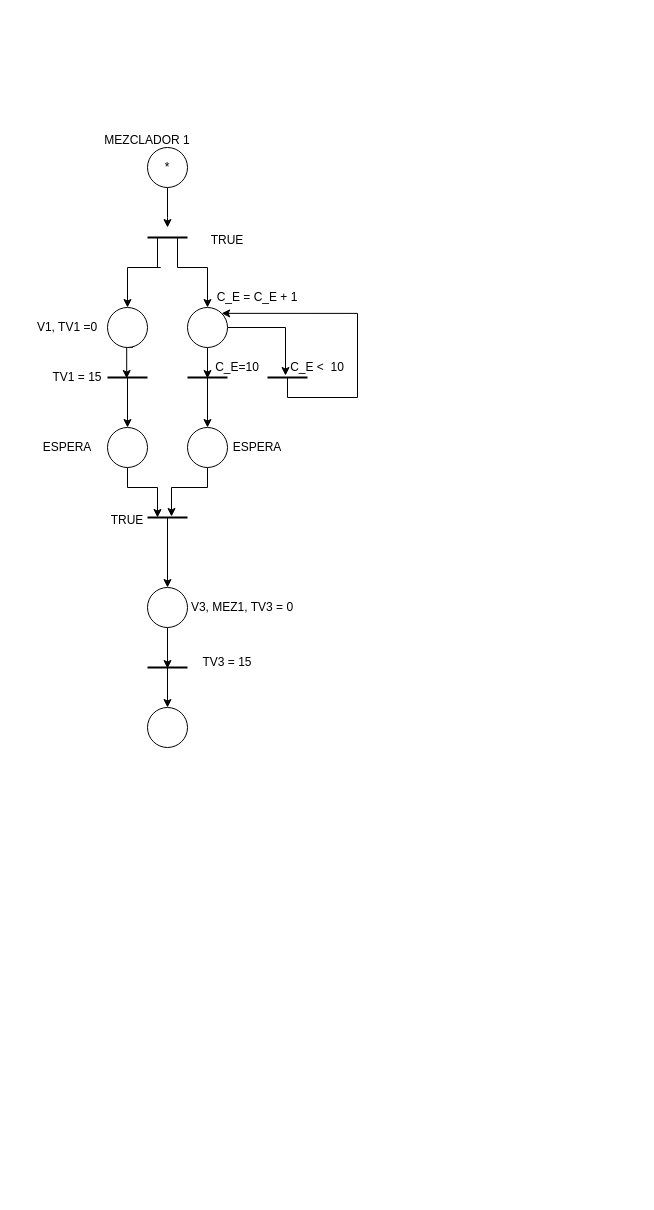
Above: Practica02/P02_ROBO.drawio in jpramez/Robotica2020 (draw.io), before the change. Source tidied: cells renumbered, new cells numbered last; positions are measured from the earlier drawing's top-left corner, leaving out a move shared by most shapes. Both pictures are drawn from the tidied source at 100%, with x=0, y=0 at pixel (17, 137).
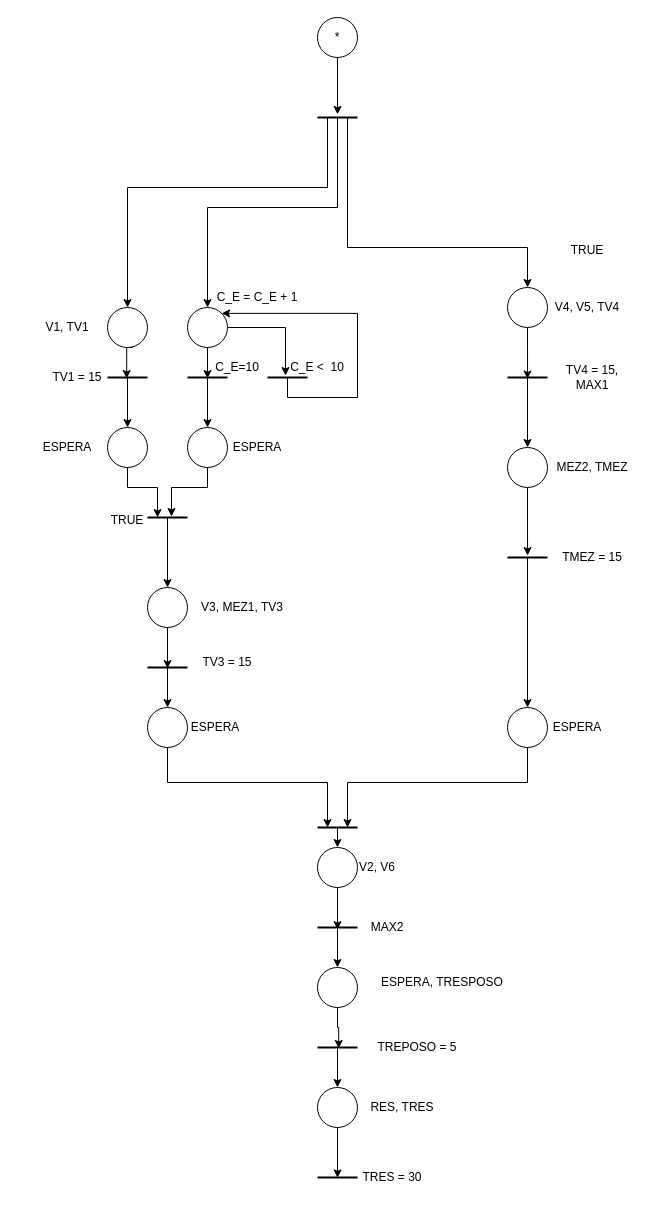
The same diagram, later.

The change refers to these unchanged cells:
```xml
<mxCell id="6" style="ellipse;whiteSpace=wrap;html=1;" parent="1" vertex="1">
  <mxGeometry x="90" y="170" width="40" height="40" as="geometry" />
</mxCell>
<mxCell id="13" style="ellipse;whiteSpace=wrap;html=1;" parent="1" vertex="1">
  <mxGeometry x="170" y="170" width="40" height="40" as="geometry" />
</mxCell>
<mxCell id="38" style="line;strokeWidth=2;html=1;" parent="1" vertex="1">
  <mxGeometry x="130" y="520" width="40" height="20" as="geometry" />
</mxCell>
```

Diff of the diagram source:
```diff
@@
-    <mxCell id="2" style="edgeStyle=orthogonalEdgeStyle;rounded=0;jettySize=auto;html=1;exitX=0.5;exitY=1;exitDx=0;exitDy=0;" parent="1" edge="1" source="3" target="9">
-      <mxGeometry relative="1" as="geometry">
-        <Array as="points">
-          <mxPoint x="150" y="80" />
-          <mxPoint x="150" y="80" />
-        </Array>
-      </mxGeometry>
-    </mxCell>
-    <mxCell id="3" value="*" style="ellipse;whiteSpace=wrap;html=1;" parent="1" vertex="1">
-      <mxGeometry x="130" y="10" width="40" height="40" as="geometry" />
-    </mxCell>
-    <mxCell id="4" value="&lt;div&gt;MEZCLADOR 1&lt;/div&gt;&lt;div&gt;&lt;br&gt;&lt;/div&gt;" style="text;html=1;strokeColor=none;fillColor=none;align=center;verticalAlign=middle;whiteSpace=wrap;rounded=0;" parent="1" vertex="1">
-      <mxGeometry x="70" width="120" height="20" as="geometry" />
-    </mxCell>
@@
-    <mxCell id="7" style="edgeStyle=orthogonalEdgeStyle;rounded=0;jettySize=auto;html=1;exitX=0.25;exitY=0.5;exitDx=0;exitDy=0;exitPerimeter=0;entryX=0.5;entryY=0;entryDx=0;entryDy=0;" parent="1" edge="1" source="9" target="6">
-      <mxGeometry relative="1" as="geometry">
-        <Array as="points">
-          <mxPoint x="143" y="130" />
-          <mxPoint x="115" y="130" />
-        </Array>
-      </mxGeometry>
-    </mxCell>
-    <mxCell id="8" style="edgeStyle=orthogonalEdgeStyle;rounded=0;jettySize=auto;html=1;exitX=0.75;exitY=0.5;exitDx=0;exitDy=0;exitPerimeter=0;entryX=0.5;entryY=0;entryDx=0;entryDy=0;" parent="1" edge="1" source="9" target="13">
-      <mxGeometry relative="1" as="geometry">
-        <Array as="points">
-          <mxPoint x="160" y="130" />
-          <mxPoint x="190" y="130" />
-        </Array>
-      </mxGeometry>
-    </mxCell>
-    <mxCell id="9" style="line;strokeWidth=2;html=1;" parent="1" vertex="1">
-      <mxGeometry x="130" y="90" width="40" height="20" as="geometry" />
-    </mxCell>
-    <mxCell id="10" value="&lt;div&gt;TRUE&lt;/div&gt;&lt;div&gt;&lt;br&gt;&lt;/div&gt;" style="text;html=1;strokeColor=none;fillColor=none;align=center;verticalAlign=middle;whiteSpace=wrap;rounded=0;" parent="1" vertex="1">
-      <mxGeometry x="190" y="100" width="40" height="20" as="geometry" />
-    </mxCell>
@@
-    <mxCell id="14" value="&lt;div&gt;V1, TV1 =0&lt;/div&gt;" style="text;html=1;strokeColor=none;fillColor=none;align=center;verticalAlign=middle;whiteSpace=wrap;rounded=0;" parent="1" vertex="1">
+    <mxCell id="14" value="&lt;div&gt;V1, TV1&lt;br&gt;&lt;/div&gt;" style="text;html=1;strokeColor=none;fillColor=none;align=center;verticalAlign=middle;whiteSpace=wrap;rounded=0;" parent="1" vertex="1">
       <mxGeometry y="160" width="100" height="60" as="geometry" />
     </mxCell>
@@
-    <mxCell id="35" value="&lt;div&gt;V3, MEZ1, TV3 = 0&lt;/div&gt;" style="text;html=1;strokeColor=none;fillColor=none;align=center;verticalAlign=middle;whiteSpace=wrap;rounded=0;" parent="1" vertex="1">
+    <mxCell id="35" value="&lt;div&gt;V3, MEZ1, TV3&lt;br&gt;&lt;/div&gt;" style="text;html=1;strokeColor=none;fillColor=none;align=center;verticalAlign=middle;whiteSpace=wrap;rounded=0;" parent="1" vertex="1">
       <mxGeometry x="170" y="450" width="110" height="40" as="geometry" />
     </mxCell>
@@
-    <mxCell id="37" style="edgeStyle=orthogonalEdgeStyle;rounded=0;jettySize=auto;html=1;exitX=0.75;exitY=0.5;exitDx=0;exitDy=0;exitPerimeter=0;entryX=0.5;entryY=0;entryDx=0;entryDy=0;" parent="1" edge="1" source="38" target="40">
-      <mxGeometry relative="1" as="geometry">
-        <Array as="points">
-          <mxPoint x="150" y="530" />
-        </Array>
-      </mxGeometry>
-    </mxCell>
+    <mxCell id="41" style="edgeStyle=orthogonalEdgeStyle;rounded=0;jettySize=auto;html=1;exitX=0.75;exitY=0.5;exitDx=0;exitDy=0;exitPerimeter=0;entryX=0.5;entryY=0;entryDx=0;entryDy=0;" parent="1" edge="1" source="38" target="61">
+      <mxGeometry relative="1" as="geometry">
+        <Array as="points">
+          <mxPoint x="150" y="530" />
+        </Array>
+      </mxGeometry>
+    </mxCell>
@@
+    <mxCell id="42" style="edgeStyle=orthogonalEdgeStyle;rounded=0;jettySize=auto;html=1;exitX=0.5;exitY=1;exitDx=0;exitDy=0;entryX=0.501;entryY=0.606;entryDx=0;entryDy=0;entryPerimeter=0;" parent="1" edge="1" source="40" target="70">
+      <mxGeometry relative="1" as="geometry" />
+    </mxCell>
     <mxCell id="40" style="ellipse;whiteSpace=wrap;html=1;" parent="1" vertex="1">
-      <mxGeometry x="130" y="570" width="40" height="40" as="geometry" />
+      <mxGeometry x="300" y="710" width="40" height="40" as="geometry" />
     </mxCell>
+    <mxCell id="43" style="edgeStyle=orthogonalEdgeStyle;rounded=0;jettySize=auto;html=1;exitX=0.25;exitY=0.5;exitDx=0;exitDy=0;exitPerimeter=0;entryX=0.5;entryY=0;entryDx=0;entryDy=0;" parent="1" edge="1" source="46" target="48">
+      <mxGeometry relative="1" as="geometry">
+        <Array as="points">
+          <mxPoint x="330" y="-20" />
+          <mxPoint x="330" y="110" />
+          <mxPoint x="510" y="110" />
+        </Array>
+      </mxGeometry>
+    </mxCell>
+    <mxCell id="44" style="edgeStyle=orthogonalEdgeStyle;rounded=0;jettySize=auto;html=1;exitX=0.25;exitY=0.5;exitDx=0;exitDy=0;exitPerimeter=0;" parent="1" edge="1" source="46" target="13">
+      <mxGeometry relative="1" as="geometry">
+        <Array as="points">
+          <mxPoint x="320" y="-20" />
+          <mxPoint x="320" y="70" />
+          <mxPoint x="190" y="70" />
+        </Array>
+      </mxGeometry>
+    </mxCell>
+    <mxCell id="45" style="edgeStyle=orthogonalEdgeStyle;rounded=0;jettySize=auto;html=1;exitX=0.25;exitY=0.5;exitDx=0;exitDy=0;exitPerimeter=0;entryX=0.5;entryY=0;entryDx=0;entryDy=0;" parent="1" edge="1" source="46" target="6">
+      <mxGeometry relative="1" as="geometry">
+        <Array as="points">
+          <mxPoint x="310" y="50" />
+          <mxPoint x="110" y="50" />
+        </Array>
+      </mxGeometry>
+    </mxCell>
+    <mxCell id="46" style="line;strokeWidth=2;html=1;" parent="1" vertex="1">
+      <mxGeometry x="300" y="-30" width="40" height="20" as="geometry" />
+    </mxCell>
+    <mxCell id="10" value="&lt;div&gt;TRUE&lt;/div&gt;&lt;div&gt;&lt;br&gt;&lt;/div&gt;" style="text;html=1;strokeColor=none;fillColor=none;align=center;verticalAlign=middle;whiteSpace=wrap;rounded=0;" parent="1" vertex="1">
+      <mxGeometry x="550" y="110" width="40" height="20" as="geometry" />
+    </mxCell>
+    <mxCell id="47" style="edgeStyle=orthogonalEdgeStyle;rounded=0;jettySize=auto;html=1;exitX=0.5;exitY=1;exitDx=0;exitDy=0;entryX=0.501;entryY=0.576;entryDx=0;entryDy=0;entryPerimeter=0;" parent="1" edge="1" source="48" target="51">
+      <mxGeometry relative="1" as="geometry" />
+    </mxCell>
+    <mxCell id="48" style="ellipse;whiteSpace=wrap;html=1;" parent="1" vertex="1">
+      <mxGeometry x="490" y="150" width="40" height="40" as="geometry" />
+    </mxCell>
+    <mxCell id="49" value="V4, V5, TV4" style="text;html=1;strokeColor=none;fillColor=none;align=center;verticalAlign=middle;whiteSpace=wrap;rounded=0;" parent="1" vertex="1">
+      <mxGeometry x="525" y="160" width="90" height="20" as="geometry" />
+    </mxCell>
+    <mxCell id="50" style="edgeStyle=orthogonalEdgeStyle;rounded=0;jettySize=auto;html=1;exitX=0.25;exitY=0.5;exitDx=0;exitDy=0;exitPerimeter=0;" parent="1" edge="1" source="51" target="54">
+      <mxGeometry relative="1" as="geometry">
+        <Array as="points">
+          <mxPoint x="510" y="240" />
+        </Array>
+      </mxGeometry>
+    </mxCell>
+    <mxCell id="51" style="line;strokeWidth=2;html=1;" parent="1" vertex="1">
+      <mxGeometry x="490" y="230" width="40" height="20" as="geometry" />
+    </mxCell>
+    <mxCell id="52" value="&lt;div&gt;TV4 = 15, MAX1&lt;/div&gt;" style="text;html=1;strokeColor=none;fillColor=none;align=center;verticalAlign=middle;whiteSpace=wrap;rounded=0;" parent="1" vertex="1">
+      <mxGeometry x="530" y="230" width="90" height="20" as="geometry" />
+    </mxCell>
+    <mxCell id="53" style="edgeStyle=orthogonalEdgeStyle;rounded=0;jettySize=auto;html=1;exitX=0.5;exitY=1;exitDx=0;exitDy=0;entryX=0.501;entryY=0.4;entryDx=0;entryDy=0;entryPerimeter=0;" parent="1" edge="1" source="54" target="57">
+      <mxGeometry relative="1" as="geometry" />
+    </mxCell>
+    <mxCell id="54" style="ellipse;whiteSpace=wrap;html=1;" parent="1" vertex="1">
+      <mxGeometry x="490" y="310" width="40" height="40" as="geometry" />
+    </mxCell>
+    <mxCell id="55" value="MEZ2, TMEZ" style="text;html=1;strokeColor=none;fillColor=none;align=center;verticalAlign=middle;whiteSpace=wrap;rounded=0;" parent="1" vertex="1">
+      <mxGeometry x="530" y="320" width="90" height="20" as="geometry" />
+    </mxCell>
+    <mxCell id="56" style="edgeStyle=orthogonalEdgeStyle;rounded=0;jettySize=auto;html=1;exitX=0.75;exitY=0.5;exitDx=0;exitDy=0;exitPerimeter=0;entryX=0.5;entryY=0;entryDx=0;entryDy=0;" parent="1" edge="1" source="57" target="63">
+      <mxGeometry relative="1" as="geometry">
+        <Array as="points">
+          <mxPoint x="510" y="420" />
+        </Array>
+      </mxGeometry>
+    </mxCell>
+    <mxCell id="57" style="line;strokeWidth=2;html=1;" parent="1" vertex="1">
+      <mxGeometry x="490" y="410" width="40" height="20" as="geometry" />
+    </mxCell>
+    <mxCell id="58" value="TMEZ = 15" style="text;html=1;strokeColor=none;fillColor=none;align=center;verticalAlign=middle;whiteSpace=wrap;rounded=0;" parent="1" vertex="1">
+      <mxGeometry x="530" y="410" width="90" height="20" as="geometry" />
+    </mxCell>
+    <mxCell id="59" style="edgeStyle=orthogonalEdgeStyle;rounded=0;jettySize=auto;html=1;entryX=0.501;entryY=0.341;entryDx=0;entryDy=0;entryPerimeter=0;" parent="1" edge="1" source="3" target="46">
+      <mxGeometry relative="1" as="geometry" />
+    </mxCell>
+    <mxCell id="3" value="*" style="ellipse;whiteSpace=wrap;html=1;" parent="1" vertex="1">
+      <mxGeometry x="300" y="-120" width="40" height="40" as="geometry" />
+    </mxCell>
+    <mxCell id="60" style="edgeStyle=orthogonalEdgeStyle;rounded=0;jettySize=auto;html=1;exitX=0.5;exitY=1;exitDx=0;exitDy=0;entryX=0.25;entryY=0.5;entryDx=0;entryDy=0;entryPerimeter=0;" parent="1" edge="1" source="61" target="67">
+      <mxGeometry relative="1" as="geometry" />
+    </mxCell>
+    <mxCell id="61" style="ellipse;whiteSpace=wrap;html=1;" parent="1" vertex="1">
+      <mxGeometry x="130" y="570" width="40" height="40" as="geometry" />
+    </mxCell>
+    <mxCell id="62" style="edgeStyle=orthogonalEdgeStyle;rounded=0;jettySize=auto;html=1;exitX=0.5;exitY=1;exitDx=0;exitDy=0;entryX=0.75;entryY=0.5;entryDx=0;entryDy=0;entryPerimeter=0;" parent="1" edge="1" source="63" target="67">
+      <mxGeometry relative="1" as="geometry" />
+    </mxCell>
+    <mxCell id="63" style="ellipse;whiteSpace=wrap;html=1;" parent="1" vertex="1">
+      <mxGeometry x="490" y="570" width="40" height="40" as="geometry" />
+    </mxCell>
+    <mxCell id="64" value="&lt;div&gt;ESPERA&lt;/div&gt;" style="text;html=1;strokeColor=none;fillColor=none;align=center;verticalAlign=middle;whiteSpace=wrap;rounded=0;" parent="1" vertex="1">
+      <mxGeometry x="167.5" y="575" width="60" height="30" as="geometry" />
+    </mxCell>
+    <mxCell id="65" value="&lt;div&gt;ESPERA&lt;/div&gt;" style="text;html=1;strokeColor=none;fillColor=none;align=center;verticalAlign=middle;whiteSpace=wrap;rounded=0;" parent="1" vertex="1">
+      <mxGeometry x="530" y="570" width="60" height="40" as="geometry" />
+    </mxCell>
+    <mxCell id="66" style="edgeStyle=orthogonalEdgeStyle;rounded=0;jettySize=auto;html=1;exitX=0.75;exitY=0.5;exitDx=0;exitDy=0;exitPerimeter=0;entryX=0.5;entryY=0;entryDx=0;entryDy=0;" parent="1" edge="1" source="67" target="40">
+      <mxGeometry relative="1" as="geometry">
+        <Array as="points">
+          <mxPoint x="320" y="690" />
+        </Array>
+      </mxGeometry>
+    </mxCell>
+    <mxCell id="67" style="line;strokeWidth=2;html=1;" parent="1" vertex="1">
+      <mxGeometry x="300" y="680" width="40" height="20" as="geometry" />
+    </mxCell>
+    <mxCell id="68" value="V2, V6" style="text;html=1;strokeColor=none;fillColor=none;align=center;verticalAlign=middle;whiteSpace=wrap;rounded=0;" parent="1" vertex="1">
+      <mxGeometry x="330" y="710" width="60" height="40" as="geometry" />
+    </mxCell>
+    <mxCell id="69" style="edgeStyle=orthogonalEdgeStyle;rounded=0;jettySize=auto;html=1;exitX=0.75;exitY=0.5;exitDx=0;exitDy=0;exitPerimeter=0;" parent="1" edge="1" source="70" target="73">
+      <mxGeometry relative="1" as="geometry">
+        <Array as="points">
+          <mxPoint x="320" y="790" />
+        </Array>
+      </mxGeometry>
+    </mxCell>
+    <mxCell id="70" style="line;strokeWidth=2;html=1;" parent="1" vertex="1">
+      <mxGeometry x="300" y="780" width="40" height="20" as="geometry" />
+    </mxCell>
+    <mxCell id="71" value="MAX2" style="text;html=1;strokeColor=none;fillColor=none;align=center;verticalAlign=middle;whiteSpace=wrap;rounded=0;" parent="1" vertex="1">
+      <mxGeometry x="340" y="775" width="60" height="30" as="geometry" />
+    </mxCell>
+    <mxCell id="72" style="edgeStyle=orthogonalEdgeStyle;rounded=0;jettySize=auto;html=1;exitX=0.5;exitY=1;exitDx=0;exitDy=0;entryX=0.531;entryY=0.547;entryDx=0;entryDy=0;entryPerimeter=0;" parent="1" edge="1" source="73" target="76">
+      <mxGeometry relative="1" as="geometry" />
+    </mxCell>
+    <mxCell id="73" style="ellipse;whiteSpace=wrap;html=1;" parent="1" vertex="1">
+      <mxGeometry x="300" y="830" width="40" height="40" as="geometry" />
+    </mxCell>
+    <mxCell id="74" value="ESPERA, TRESPOSO" style="text;html=1;strokeColor=none;fillColor=none;align=center;verticalAlign=middle;whiteSpace=wrap;rounded=0;" parent="1" vertex="1">
+      <mxGeometry x="340" y="830" width="170" height="30" as="geometry" />
+    </mxCell>
+    <mxCell id="75" style="edgeStyle=orthogonalEdgeStyle;rounded=0;jettySize=auto;html=1;exitX=0.75;exitY=0.5;exitDx=0;exitDy=0;exitPerimeter=0;entryX=0.5;entryY=0;entryDx=0;entryDy=0;" parent="1" edge="1" source="76" target="79">
+      <mxGeometry relative="1" as="geometry">
+        <Array as="points">
+          <mxPoint x="320" y="910" />
+        </Array>
+      </mxGeometry>
+    </mxCell>
+    <mxCell id="76" style="line;strokeWidth=2;html=1;" parent="1" vertex="1">
+      <mxGeometry x="300" y="900" width="40" height="20" as="geometry" />
+    </mxCell>
+    <mxCell id="77" value="TREPOSO = 5" style="text;html=1;strokeColor=none;fillColor=none;align=center;verticalAlign=middle;whiteSpace=wrap;rounded=0;" parent="1" vertex="1">
+      <mxGeometry x="340" y="895" width="120" height="30" as="geometry" />
+    </mxCell>
+    <mxCell id="78" style="edgeStyle=orthogonalEdgeStyle;rounded=0;jettySize=auto;html=1;exitX=0.5;exitY=1;exitDx=0;exitDy=0;entryX=0.501;entryY=0.518;entryDx=0;entryDy=0;entryPerimeter=0;" parent="1" edge="1" source="79" target="81">
+      <mxGeometry relative="1" as="geometry" />
+    </mxCell>
+    <mxCell id="79" style="ellipse;whiteSpace=wrap;html=1;" parent="1" vertex="1">
+      <mxGeometry x="300" y="950" width="40" height="40" as="geometry" />
+    </mxCell>
+    <mxCell id="80" value="RES, TRES" style="text;html=1;strokeColor=none;fillColor=none;align=center;verticalAlign=middle;whiteSpace=wrap;rounded=0;" parent="1" vertex="1">
+      <mxGeometry x="330" y="955" width="110" height="30" as="geometry" />
+    </mxCell>
+    <mxCell id="81" style="line;strokeWidth=2;html=1;" parent="1" vertex="1">
+      <mxGeometry x="300" y="1030" width="40" height="20" as="geometry" />
+    </mxCell>
+    <mxCell id="82" value="TRES = 30" style="text;html=1;strokeColor=none;fillColor=none;align=center;verticalAlign=middle;whiteSpace=wrap;rounded=0;" parent="1" vertex="1">
+      <mxGeometry x="320" y="1025" width="110" height="30" as="geometry" />
+    </mxCell>
```
